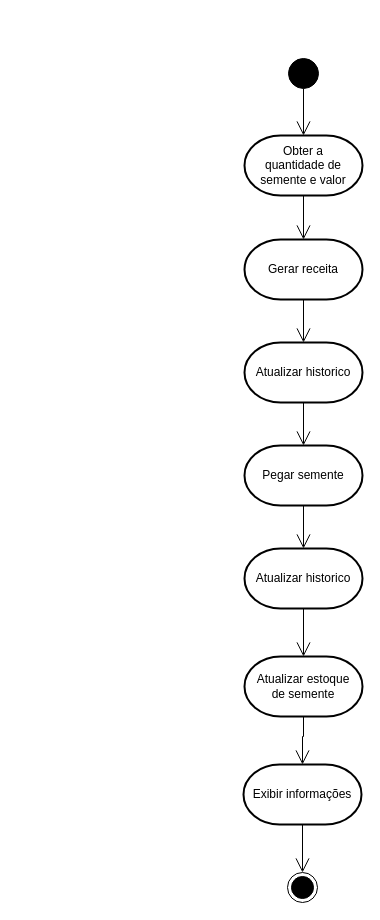
ZardsMK/Trabahlo-DrawIO keeps this draw.io diagram as page "Atividade3" (7 of 10) of Tarefa1.drawio. Above is the earlier version. Source tidied: cells renumbered, new cells numbered last; positions are measured from the earlier drawing's top-left corner, leaving out a move shared by most shapes. Both pictures are drawn from the tidied source at 100%, with x=0, y=0 at pixel (243, 58).
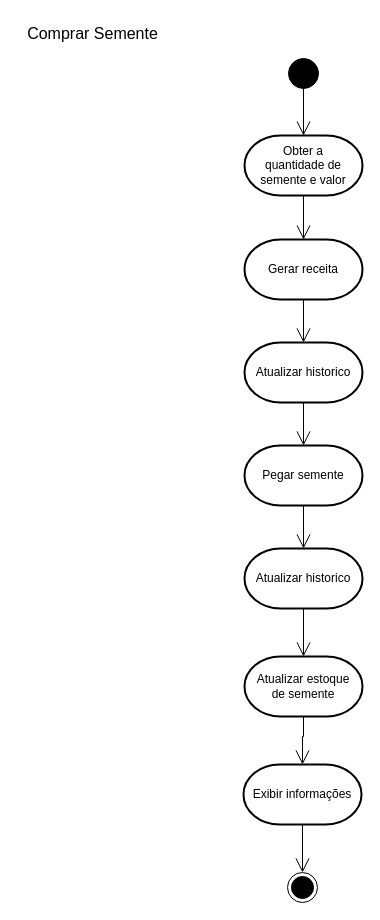
Above is the later version.

What changed in the source:
```diff
@@
 <mxGraphModel>
   <root>
     <mxCell id="0" />
     <mxCell id="1" parent="0" />
     <mxCell id="2" style="ellipse;fillColor=strokeColor;html=1;" parent="1" vertex="1">
       <mxGeometry x="45" width="30" height="30" as="geometry" />
     </mxCell>
     <mxCell id="3" value="Obter&amp;nbsp;&lt;span style=&quot;background-color: transparent; color: light-dark(rgb(0, 0, 0), rgb(255, 255, 255));&quot;&gt;a quantidade&amp;nbsp;&lt;/span&gt;&lt;span style=&quot;background-color: transparent; color: light-dark(rgb(0, 0, 0), rgb(255, 255, 255));&quot;&gt;de semente&amp;nbsp;&lt;/span&gt;&lt;span style=&quot;background-color: transparent; color: light-dark(rgb(0, 0, 0), rgb(255, 255, 255));&quot;&gt;e valor&lt;/span&gt;" style="strokeWidth=2;html=1;shape=mxgraph.flowchart.terminator;whiteSpace=wrap;" parent="1" vertex="1">
       <mxGeometry x="1" y="77" width="118" height="60" as="geometry" />
     </mxCell>
     <mxCell id="4" style="endArrow=open;endFill=1;endSize=12;html=1;rounded=0;exitX=0.5;exitY=1;exitDx=0;exitDy=0;entryX=0.5;entryY=0;entryDx=0;entryDy=0;entryPerimeter=0;" parent="1" edge="1" source="2" target="3">
       <mxGeometry relative="1" as="geometry" />
     </mxCell>
     <mxCell id="5" value="Gerar receita" style="strokeWidth=2;html=1;shape=mxgraph.flowchart.terminator;whiteSpace=wrap;" parent="1" vertex="1">
       <mxGeometry x="1" y="181" width="118" height="60" as="geometry" />
     </mxCell>
     <mxCell id="6" style="edgeStyle=orthogonalEdgeStyle;rounded=0;jettySize=auto;html=1;entryX=0.5;entryY=0;entryDx=0;entryDy=0;entryPerimeter=0;endArrow=open;endFill=0;endSize=12;" parent="1" edge="1" source="3" target="5">
       <mxGeometry relative="1" as="geometry" />
     </mxCell>
     <mxCell id="7" value="Atualizar historico" style="strokeWidth=2;html=1;shape=mxgraph.flowchart.terminator;whiteSpace=wrap;" parent="1" vertex="1">
       <mxGeometry x="1" y="284" width="118" height="60" as="geometry" />
     </mxCell>
     <mxCell id="8" style="edgeStyle=orthogonalEdgeStyle;rounded=0;jettySize=auto;html=1;entryX=0.5;entryY=0;entryDx=0;entryDy=0;entryPerimeter=0;endArrow=open;endFill=0;endSize=12;exitX=0.5;exitY=1;exitDx=0;exitDy=0;exitPerimeter=0;" parent="1" edge="1" source="5" target="7">
       <mxGeometry relative="1" as="geometry" />
     </mxCell>
     <mxCell id="9" value="Pegar semente" style="strokeWidth=2;html=1;shape=mxgraph.flowchart.terminator;whiteSpace=wrap;" parent="1" vertex="1">
       <mxGeometry x="1" y="387" width="118" height="60" as="geometry" />
     </mxCell>
     <mxCell id="10" style="edgeStyle=orthogonalEdgeStyle;rounded=0;jettySize=auto;html=1;entryX=0.5;entryY=0;entryDx=0;entryDy=0;entryPerimeter=0;endArrow=open;endFill=0;endSize=12;exitX=0.5;exitY=1;exitDx=0;exitDy=0;exitPerimeter=0;" parent="1" edge="1" source="7" target="9">
       <mxGeometry relative="1" as="geometry" />
     </mxCell>
     <mxCell id="11" value="Atualizar historico" style="strokeWidth=2;html=1;shape=mxgraph.flowchart.terminator;whiteSpace=wrap;" parent="1" vertex="1">
       <mxGeometry x="1" y="490" width="118" height="60" as="geometry" />
     </mxCell>
     <mxCell id="12" value="Atualizar estoque&lt;div&gt;de semente&lt;/div&gt;" style="strokeWidth=2;html=1;shape=mxgraph.flowchart.terminator;whiteSpace=wrap;" parent="1" vertex="1">
       <mxGeometry x="1" y="598" width="118" height="60" as="geometry" />
     </mxCell>
     <mxCell id="13" style="edgeStyle=orthogonalEdgeStyle;rounded=0;jettySize=auto;html=1;entryX=0.5;entryY=0;entryDx=0;entryDy=0;entryPerimeter=0;endArrow=open;endFill=0;endSize=12;exitX=0.5;exitY=1;exitDx=0;exitDy=0;exitPerimeter=0;" parent="1" edge="1" source="11" target="12">
       <mxGeometry relative="1" as="geometry" />
     </mxCell>
     <mxCell id="14" style="edgeStyle=orthogonalEdgeStyle;rounded=0;jettySize=auto;html=1;entryX=0.5;entryY=0;entryDx=0;entryDy=0;entryPerimeter=0;endArrow=open;endFill=0;endSize=12;exitX=0.5;exitY=1;exitDx=0;exitDy=0;exitPerimeter=0;" parent="1" edge="1" source="9" target="11">
       <mxGeometry relative="1" as="geometry" />
     </mxCell>
     <mxCell id="15" style="ellipse;html=1;shape=endState;fillColor=strokeColor;" parent="1" vertex="1">
       <mxGeometry x="44" y="814" width="30" height="30" as="geometry" />
     </mxCell>
     <mxCell id="16" value="Exibir informações" style="strokeWidth=2;html=1;shape=mxgraph.flowchart.terminator;whiteSpace=wrap;" parent="1" vertex="1">
       <mxGeometry y="706" width="118" height="60" as="geometry" />
     </mxCell>
     <mxCell id="17" style="edgeStyle=orthogonalEdgeStyle;rounded=0;jettySize=auto;html=1;exitX=0.5;exitY=1;exitDx=0;exitDy=0;exitPerimeter=0;endSize=12;endArrow=open;endFill=0;entryX=0.5;entryY=0;entryDx=0;entryDy=0;" parent="1" edge="1" source="16" target="15">
       <mxGeometry relative="1" as="geometry" />
     </mxCell>
     <mxCell id="18" style="edgeStyle=orthogonalEdgeStyle;rounded=0;jettySize=auto;html=1;endArrow=open;endFill=0;endSize=12;exitX=0.5;exitY=1;exitDx=0;exitDy=0;exitPerimeter=0;" parent="1" edge="1" source="12" target="16">
       <mxGeometry relative="1" as="geometry" />
     </mxCell>
+    <mxCell id="19" value="Comprar Semente" style="text;html=1;align=center;verticalAlign=middle;strokeColor=none;fillColor=none;fontSize=16;" parent="1" vertex="1">
+      <mxGeometry x="-226" y="-41" width="149" height="31" as="geometry" />
+    </mxCell>
   </root>
 </mxGraphModel>
```
